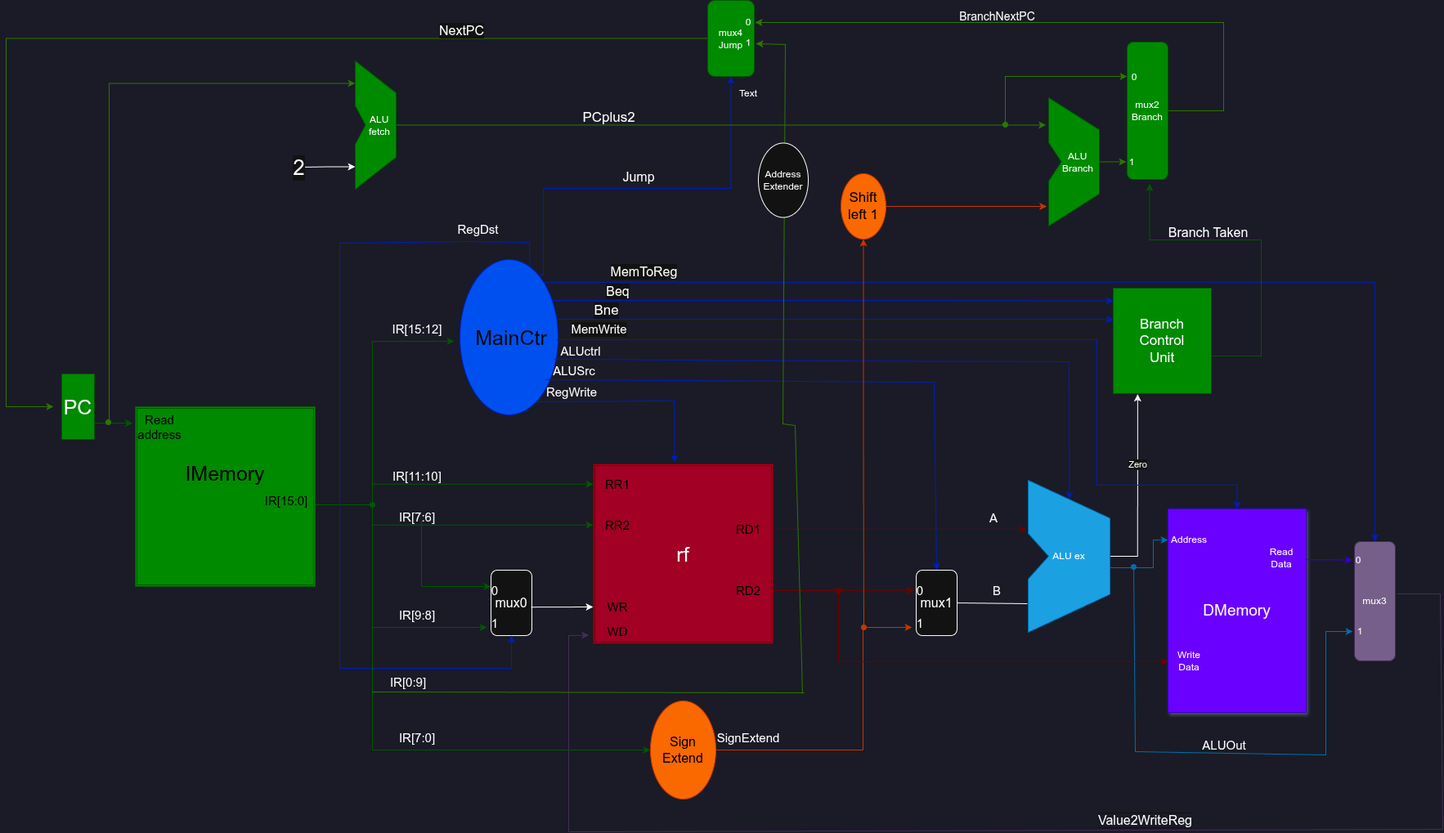
Above: diagrams/Project2_CPU.png in Sean-P-May/ComputerArchProject (draw.io), before the change. Source tidied: cells renumbered, new cells last; positions are measured from the earlier drawing's top-left corner, leaving out a move shared by most shapes.
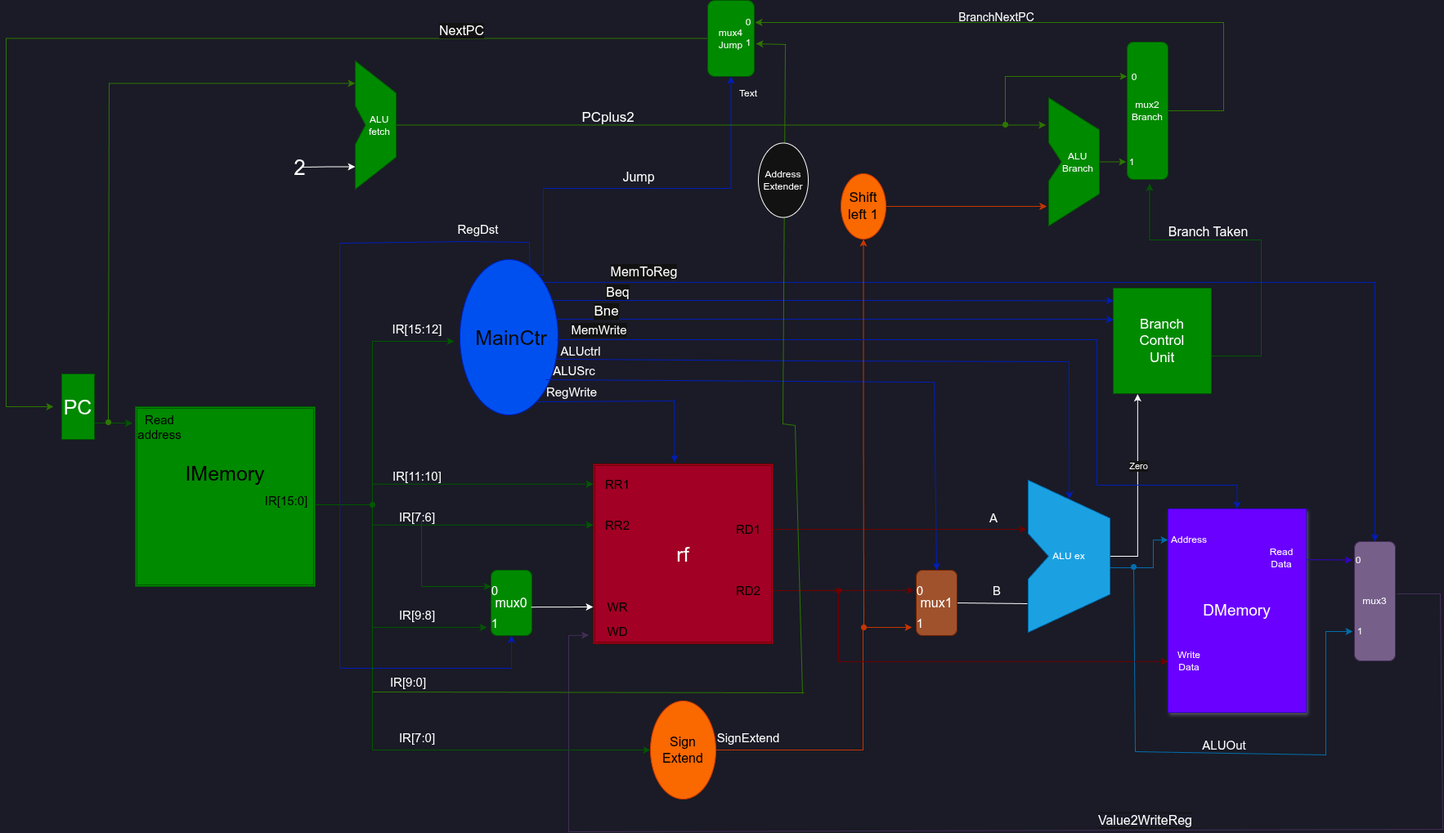
Above is the later version.

Commit message:
fixed typo in diagram

What changed in the source:
```diff
@@ -92,7 +92,7 @@
     <mxCell id="24" value="&lt;font style=&quot;font-size: 16px;&quot;&gt;Sign&lt;/font&gt;&lt;div&gt;&lt;font style=&quot;font-size: 16px;&quot;&gt;Extend&lt;/font&gt;&lt;/div&gt;" style="text;html=1;whiteSpace=wrap;strokeColor=none;fillColor=none;align=center;verticalAlign=middle;rounded=0;fontColor=light-dark(#000000,#000000);" parent="1" vertex="1">
       <mxGeometry x="798" y="902" width="60" height="30" as="geometry" />
     </mxCell>
-    <mxCell id="25" style="rounded=1;whiteSpace=wrap;html=1;rotation=90;" parent="1" vertex="1">
+    <mxCell id="25" style="rounded=1;whiteSpace=wrap;html=1;rotation=90;fillColor=#008a00;fontColor=#ffffff;strokeColor=#005700;" parent="1" vertex="1">
       <mxGeometry x="578" y="712" width="80" height="50" as="geometry" />
     </mxCell>
     <mxCell id="26" value="&lt;font style=&quot;font-size: 16px;&quot;&gt;mux0&lt;/font&gt;" style="text;html=1;whiteSpace=wrap;strokeColor=none;fillColor=none;align=center;verticalAlign=middle;rounded=0;" parent="1" vertex="1">
@@ -331,7 +331,7 @@
     <mxCell id="74" value="&lt;font style=&quot;font-size: 15px;&quot;&gt;RegDst&lt;/font&gt;" style="text;html=1;whiteSpace=wrap;strokeColor=none;fillColor=none;align=center;verticalAlign=middle;rounded=0;" parent="1" vertex="1">
       <mxGeometry x="548" y="265" width="59" height="30" as="geometry" />
     </mxCell>
-    <mxCell id="75" style="rounded=1;whiteSpace=wrap;html=1;rotation=90;" parent="1" vertex="1">
+    <mxCell id="75" style="rounded=1;whiteSpace=wrap;html=1;rotation=90;fillColor=#a0522d;fontColor=#ffffff;strokeColor=#6D1F00;" parent="1" vertex="1">
       <mxGeometry x="1098" y="712" width="80" height="50" as="geometry" />
     </mxCell>
     <mxCell id="76" value="&lt;font style=&quot;font-size: 16px;&quot;&gt;mux1&lt;/font&gt;" style="text;html=1;whiteSpace=wrap;strokeColor=none;fillColor=none;align=center;verticalAlign=middle;rounded=0;" parent="1" vertex="1">
@@ -401,7 +401,7 @@
         <mxPoint x="360" y="204" as="targetPoint" />
       </mxGeometry>
     </mxCell>
-    <mxCell id="89" value="2" style="edgeLabel;html=1;align=center;verticalAlign=middle;fontSize=26;spacingRight=26;" parent="88" vertex="1">
+    <mxCell id="89" value="2" style="edgeLabel;html=1;align=center;verticalAlign=middle;fontSize=26;spacingRight=26;labelBackgroundColor=none;" parent="88" vertex="1">
       <mxGeometry x="0.7" relative="1" as="geometry" />
     </mxCell>
     <mxCell id="90" style="edgeStyle=orthogonalEdgeStyle;rounded=0;jettySize=auto;html=1;fillColor=#60a917;strokeColor=#2D7600;" parent="1" edge="1" source="92">
@@ -568,7 +568,7 @@
         <mxPoint x="917" y="53" as="targetPoint" />
       </mxGeometry>
     </mxCell>
-    <mxCell id="123" value="IR[0:9]" style="text;html=1;whiteSpace=wrap;strokeColor=none;fillColor=none;align=center;verticalAlign=middle;rounded=0;fontSize=15;" parent="1" vertex="1">
+    <mxCell id="123" value="IR[9:0&lt;span style=&quot;background-color: transparent; color: light-dark(rgb(0, 0, 0), rgb(255, 255, 255));&quot;&gt;]&lt;/span&gt;" style="text;html=1;whiteSpace=wrap;strokeColor=none;fillColor=none;align=center;verticalAlign=middle;rounded=0;fontSize=15;" parent="1" vertex="1">
       <mxGeometry x="462" y="819" width="60" height="30" as="geometry" />
     </mxCell>
     <mxCell id="124" value="Jump" style="text;html=1;whiteSpace=wrap;strokeColor=none;fillColor=none;align=center;verticalAlign=middle;rounded=0;fontSize=16;" parent="1" vertex="1">
```
